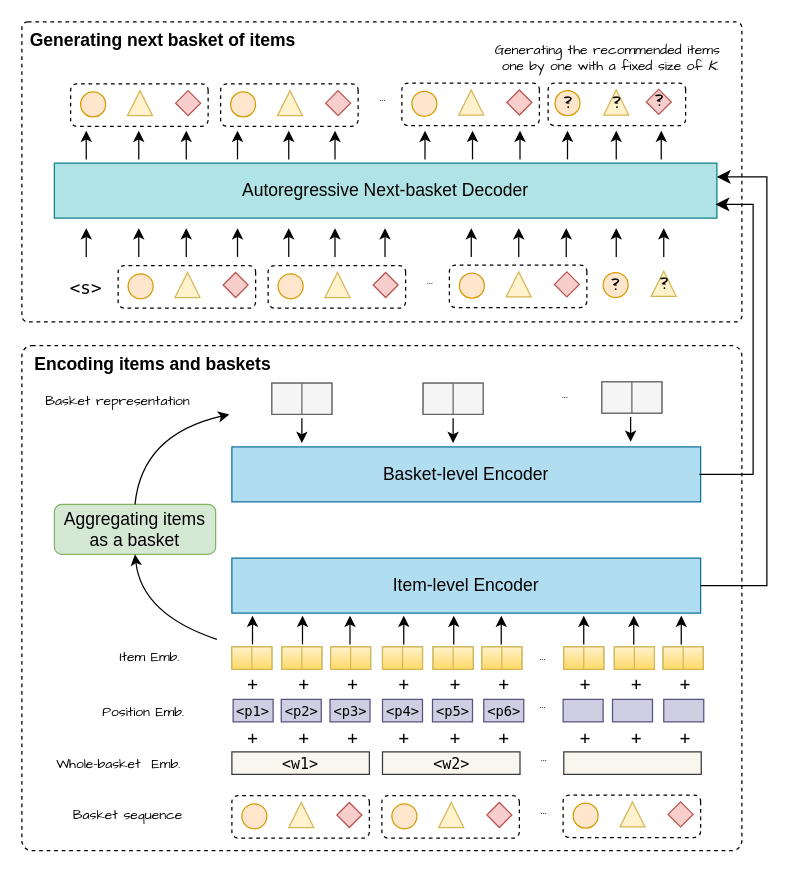
Before: architect.drawio in wenqisun/data, a draw.io diagram. Source tidied: cells renumbered, new cells numbered last; positions are measured from the earlier drawing's top-left corner, leaving out a move shared by most shapes. Both pictures are drawn from the tidied source at 125%, with x=0, y=0 at pixel (21, 21).
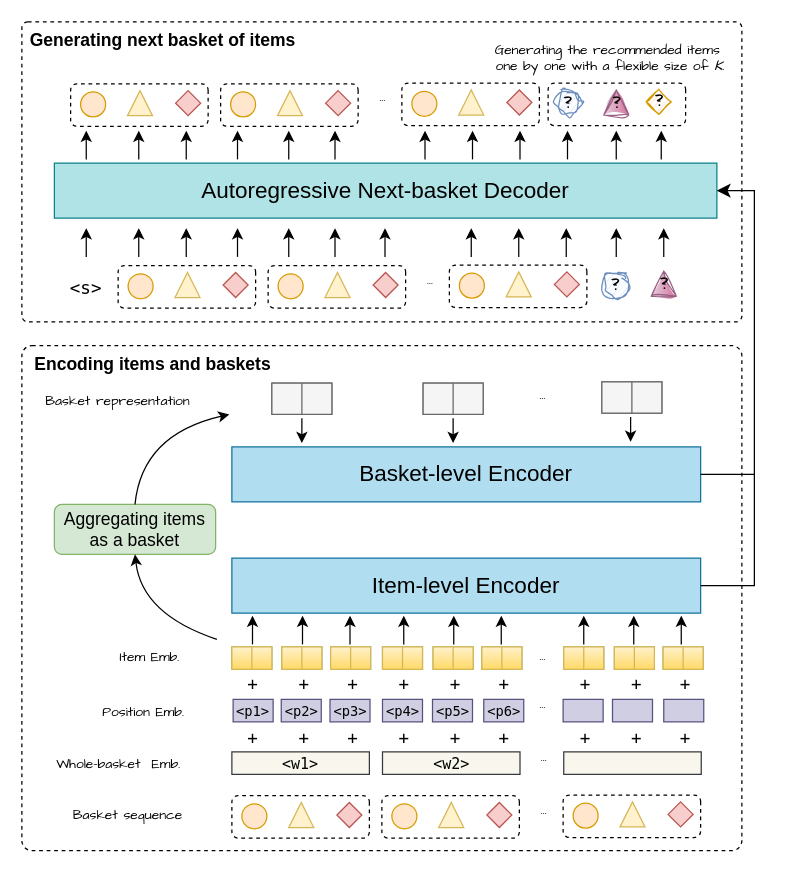
Above is the later version.

Change to the diagram source:
```diff
@@
     <mxCell id="9" value="&lt;p style=&quot;line-height: 0%;&quot;&gt;&lt;font face=&quot;Comic Sans MS&quot;&gt;&lt;span style=&quot;font-size: 11px;&quot;&gt;...&lt;/span&gt;&lt;/font&gt;&lt;/p&gt;" style="text;strokeColor=none;align=center;fillColor=none;html=1;verticalAlign=middle;whiteSpace=wrap;rounded=0;dashed=1;" parent="1" vertex="1">
-      <mxGeometry x="420" y="282" width="30" height="30" as="geometry" />
+      <mxGeometry x="402" y="283" width="30" height="30" as="geometry" />
     </mxCell>
@@
-    <mxCell id="15" value="&lt;font style=&quot;font-size: 14px;&quot;&gt;Item-level Encoder&lt;/font&gt;" style="rounded=0;whiteSpace=wrap;html=1;fillColor=#b1ddf0;strokeColor=#10739e;" parent="1" vertex="1">
+    <mxCell id="15" value="&lt;font style=&quot;font-size: 18px;&quot;&gt;Item-level Encoder&lt;/font&gt;" style="rounded=0;whiteSpace=wrap;html=1;fillColor=#b1ddf0;strokeColor=#10739e;" parent="1" vertex="1">
       <mxGeometry x="168" y="429" width="375" height="44" as="geometry" />
     </mxCell>
@@
-    <mxCell id="98" value="&lt;font style=&quot;font-size: 14px;&quot;&gt;Basket-level Encoder&lt;/font&gt;" style="rounded=0;whiteSpace=wrap;html=1;fillColor=#b1ddf0;strokeColor=#10739e;" parent="1" vertex="1">
+    <mxCell id="98" value="&lt;font style=&quot;font-size: 18px;&quot;&gt;Basket-level Encoder&lt;/font&gt;" style="rounded=0;whiteSpace=wrap;html=1;fillColor=#b1ddf0;strokeColor=#10739e;" parent="1" vertex="1">
       <mxGeometry x="168" y="340" width="375" height="44" as="geometry" />
     </mxCell>
@@
-    <mxCell id="109" value="&lt;font style=&quot;font-size: 14px;&quot;&gt;Autoregressive Next-basket Decoder&lt;/font&gt;" style="rounded=0;whiteSpace=wrap;html=1;fillColor=#b0e3e6;strokeColor=#0e8088;" parent="1" vertex="1">
+    <mxCell id="109" value="&lt;font style=&quot;font-size: 18px;&quot;&gt;Autoregressive Next-basket Decoder&lt;/font&gt;" style="rounded=0;whiteSpace=wrap;html=1;fillColor=#b0e3e6;strokeColor=#0e8088;" parent="1" vertex="1">
       <mxGeometry x="26" y="113" width="530" height="44" as="geometry" />
     </mxCell>
@@
-    <mxCell id="147" style="edgeStyle=elbowEdgeStyle;elbow=horizontal;endArrow=classic;html=1;curved=0;rounded=0;endSize=8;startSize=8;fontFamily=Lucida Console;fontSize=12;exitX=1;exitY=0.5;exitDx=0;exitDy=0;entryX=1;entryY=0.75;entryDx=0;entryDy=0;" parent="1" edge="1">
-      <mxGeometry relative="1" as="geometry">
-        <mxPoint x="542" y="362" as="sourcePoint" />
-        <mxPoint x="555" y="146" as="targetPoint" />
-        <Array as="points">
-          <mxPoint x="585" y="254" />
-        </Array>
-      </mxGeometry>
-    </mxCell>
-    <mxCell id="148" style="edgeStyle=elbowEdgeStyle;elbow=horizontal;endArrow=classic;html=1;curved=0;rounded=0;endSize=8;startSize=8;fontFamily=Lucida Console;fontSize=12;exitX=1;exitY=0.5;exitDx=0;exitDy=0;entryX=1;entryY=0.25;entryDx=0;entryDy=0;" parent="1" edge="1" source="15" target="109">
+    <mxCell id="148" style="edgeStyle=elbowEdgeStyle;elbow=horizontal;endArrow=classic;html=1;curved=0;rounded=0;endSize=8;startSize=8;fontFamily=Lucida Console;fontSize=12;exitX=1;exitY=0.5;exitDx=0;exitDy=0;entryX=1;entryY=0.5;entryDx=0;entryDy=0;" parent="1" edge="1" source="15" target="109">
       <mxGeometry relative="1" as="geometry">
         <Array as="points">
-          <mxPoint x="596" y="284" />
+          <mxPoint x="586" y="297" />
         </Array>
       </mxGeometry>
     </mxCell>
@@
-    <mxCell id="159" value="&lt;font face=&quot;Comic Sans MS&quot;&gt;&lt;b&gt;?&lt;/b&gt;&lt;/font&gt;" style="ellipse;whiteSpace=wrap;html=1;fillColor=#ffe6cc;strokeColor=#d79b00;" parent="1" vertex="1">
+    <mxCell id="159" value="&lt;font face=&quot;Comic Sans MS&quot;&gt;&lt;b&gt;?&lt;/b&gt;&lt;/font&gt;" style="ellipse;whiteSpace=wrap;html=1;fillColor=#dae8fc;strokeColor=#6c8ebf;sketch=1;curveFitting=1;jiggle=2;" parent="1" vertex="1">
       <mxGeometry x="426.5" y="55" width="20" height="20" as="geometry" />
     </mxCell>
-    <mxCell id="160" value="&lt;font style=&quot;font-size: 12px;&quot;&gt;&lt;b&gt;?&lt;/b&gt;&lt;/font&gt;" style="rhombus;whiteSpace=wrap;html=1;fontFamily=Comic Sans MS;fontSize=14;fillColor=#f8cecc;strokeColor=#b85450;" parent="1" vertex="1">
+    <mxCell id="160" value="&lt;font style=&quot;font-size: 12px;&quot;&gt;&lt;b&gt;?&lt;/b&gt;&lt;/font&gt;" style="rhombus;whiteSpace=wrap;html=1;fontFamily=Comic Sans MS;fontSize=14;fillColor=#ffe6cc;strokeColor=#d79b00;sketch=1;curveFitting=1;jiggle=2;" parent="1" vertex="1">
       <mxGeometry x="499.5" y="54" width="20" height="20" as="geometry" />
     </mxCell>
-    <mxCell id="161" value="&lt;font face=&quot;Comic Sans MS&quot;&gt;&lt;b&gt;?&lt;/b&gt;&lt;/font&gt;" style="ellipse;whiteSpace=wrap;html=1;fillColor=#ffe6cc;strokeColor=#d79b00;" parent="1" vertex="1">
+    <mxCell id="161" value="&lt;font face=&quot;Comic Sans MS&quot;&gt;&lt;b&gt;?&lt;/b&gt;&lt;/font&gt;" style="ellipse;whiteSpace=wrap;html=1;fillColor=#dae8fc;strokeColor=#6c8ebf;sketch=1;curveFitting=1;jiggle=2;" parent="1" vertex="1">
       <mxGeometry x="465" y="200.5" width="20" height="20" as="geometry" />
     </mxCell>
-    <mxCell id="162" value="&lt;font style=&quot;font-size: 12px;&quot;&gt;&lt;b&gt;?&lt;/b&gt;&lt;/font&gt;" style="triangle;whiteSpace=wrap;html=1;fontFamily=Comic Sans MS;fontSize=14;direction=north;fillColor=#fff2cc;strokeColor=#d6b656;" parent="1" vertex="1">
+    <mxCell id="162" value="&lt;font style=&quot;font-size: 12px;&quot;&gt;&lt;b&gt;?&lt;/b&gt;&lt;/font&gt;" style="triangle;whiteSpace=wrap;html=1;fontFamily=Comic Sans MS;fontSize=14;direction=north;fillColor=#e6d0de;strokeColor=#996185;sketch=1;curveFitting=1;jiggle=2;gradientColor=#d5739d;" parent="1" vertex="1">
       <mxGeometry x="503.5" y="199.5" width="20" height="20" as="geometry" />
     </mxCell>
@@
-    <mxCell id="170" value="&lt;p style=&quot;line-height: 0%;&quot;&gt;&lt;font face=&quot;Comic Sans MS&quot;&gt;&lt;span style=&quot;font-size: 11px;&quot;&gt;Generating the recommended&amp;nbsp;&lt;/span&gt;&lt;/font&gt;&lt;font style=&quot;background-color: initial;&quot; face=&quot;Comic Sans MS&quot;&gt;&lt;span style=&quot;font-size: 11px;&quot;&gt;items&amp;nbsp;&lt;/span&gt;&lt;/font&gt;&lt;/p&gt;&lt;p style=&quot;line-height: 0%;&quot;&gt;&lt;span style=&quot;background-color: initial; font-size: 11px; font-family: &amp;quot;Comic Sans MS&amp;quot;;&quot;&gt;one by one&amp;nbsp;&lt;/span&gt;&lt;span style=&quot;background-color: initial; font-size: 11px; font-family: &amp;quot;Comic Sans MS&amp;quot;;&quot;&gt;with a fixed size of &lt;/span&gt;&lt;i style=&quot;background-color: initial; font-size: 11px; font-family: &amp;quot;Comic Sans MS&amp;quot;;&quot;&gt;K&lt;/i&gt;&lt;span style=&quot;background-color: initial; font-size: 11px; font-family: &amp;quot;Comic Sans MS&amp;quot;;&quot;&gt;.&lt;/span&gt;&lt;/p&gt;" style="text;strokeColor=none;align=center;fillColor=none;html=1;verticalAlign=middle;whiteSpace=wrap;rounded=0;dashed=1;" parent="1" vertex="1">
+    <mxCell id="170" value="&lt;p style=&quot;line-height: 0%;&quot;&gt;&lt;font face=&quot;Comic Sans MS&quot;&gt;&lt;span style=&quot;font-size: 11px;&quot;&gt;Generating the recommended&amp;nbsp;&lt;/span&gt;&lt;/font&gt;&lt;font style=&quot;background-color: initial;&quot; face=&quot;Comic Sans MS&quot;&gt;&lt;span style=&quot;font-size: 11px;&quot;&gt;items&amp;nbsp;&lt;/span&gt;&lt;/font&gt;&lt;/p&gt;&lt;p style=&quot;line-height: 0%;&quot;&gt;&lt;span style=&quot;background-color: initial; font-size: 11px; font-family: &amp;quot;Comic Sans MS&amp;quot;;&quot;&gt;one by one&amp;nbsp;&lt;/span&gt;&lt;span style=&quot;background-color: initial; font-size: 11px; font-family: &amp;quot;Comic Sans MS&amp;quot;;&quot;&gt;with a flexible size of &lt;/span&gt;&lt;i style=&quot;background-color: initial; font-size: 11px; font-family: &amp;quot;Comic Sans MS&amp;quot;;&quot;&gt;K&lt;/i&gt;&lt;span style=&quot;background-color: initial; font-size: 11px; font-family: &amp;quot;Comic Sans MS&amp;quot;;&quot;&gt;.&lt;/span&gt;&lt;/p&gt;" style="text;strokeColor=none;align=center;fillColor=none;html=1;verticalAlign=middle;whiteSpace=wrap;rounded=0;dashed=1;" parent="1" vertex="1">
       <mxGeometry x="361" width="220" height="56" as="geometry" />
     </mxCell>
-    <mxCell id="171" value="&lt;font style=&quot;font-size: 12px;&quot;&gt;&lt;b&gt;?&lt;/b&gt;&lt;/font&gt;" style="triangle;whiteSpace=wrap;html=1;fontFamily=Comic Sans MS;fontSize=14;direction=north;fillColor=#fff2cc;strokeColor=#d6b656;" parent="1" vertex="1">
+    <mxCell id="171" value="&lt;font style=&quot;font-size: 12px;&quot;&gt;&lt;b&gt;?&lt;/b&gt;&lt;/font&gt;" style="triangle;whiteSpace=wrap;html=1;fontFamily=Comic Sans MS;fontSize=14;direction=north;fillColor=#e6d0de;strokeColor=#996185;sketch=1;curveFitting=1;jiggle=2;gradientColor=#d5739d;" parent="1" vertex="1">
       <mxGeometry x="465.5" y="54.5" width="20" height="20" as="geometry" />
     </mxCell>
+    <mxCell id="172" style="endArrow=none;html=1;rounded=0;fontFamily=Helvetica;fontSize=18;exitX=1;exitY=0.5;exitDx=0;exitDy=0;" parent="1" edge="1" source="98">
+      <mxGeometry relative="1" as="geometry">
+        <mxPoint x="586" y="362" as="targetPoint" />
+      </mxGeometry>
+    </mxCell>
```
